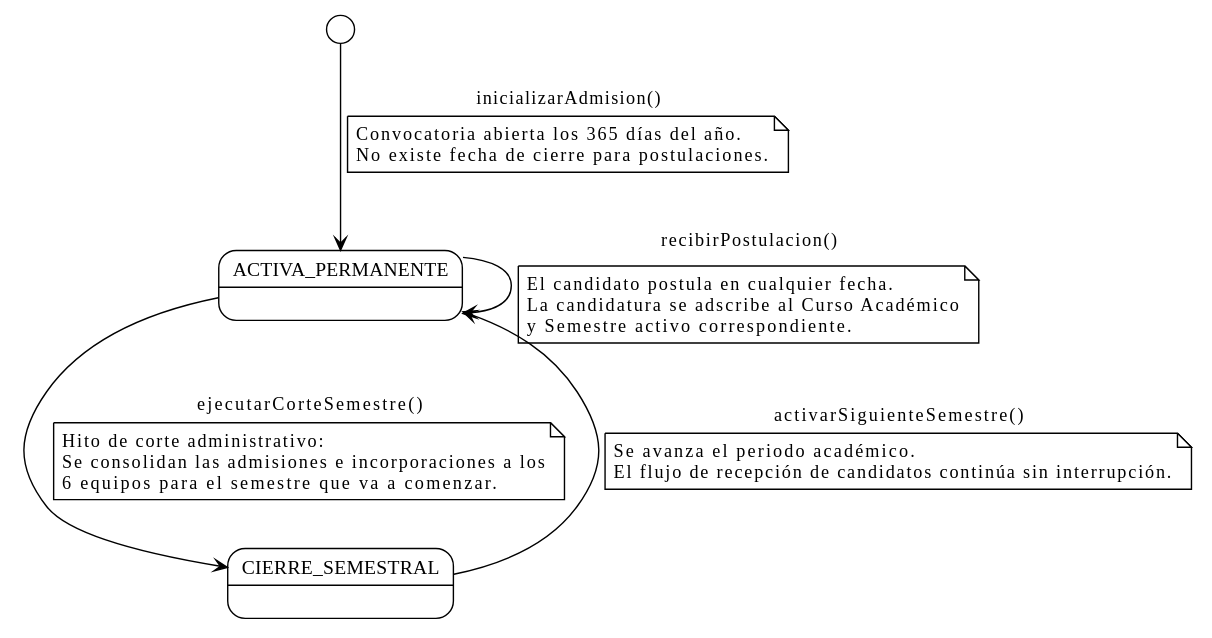
Earlier version of the PlantUML export images/RUP/00-modelo-del-dominio/estados-entidades/convocatoria-estados.svg (TheMoys/CTS-Academy).
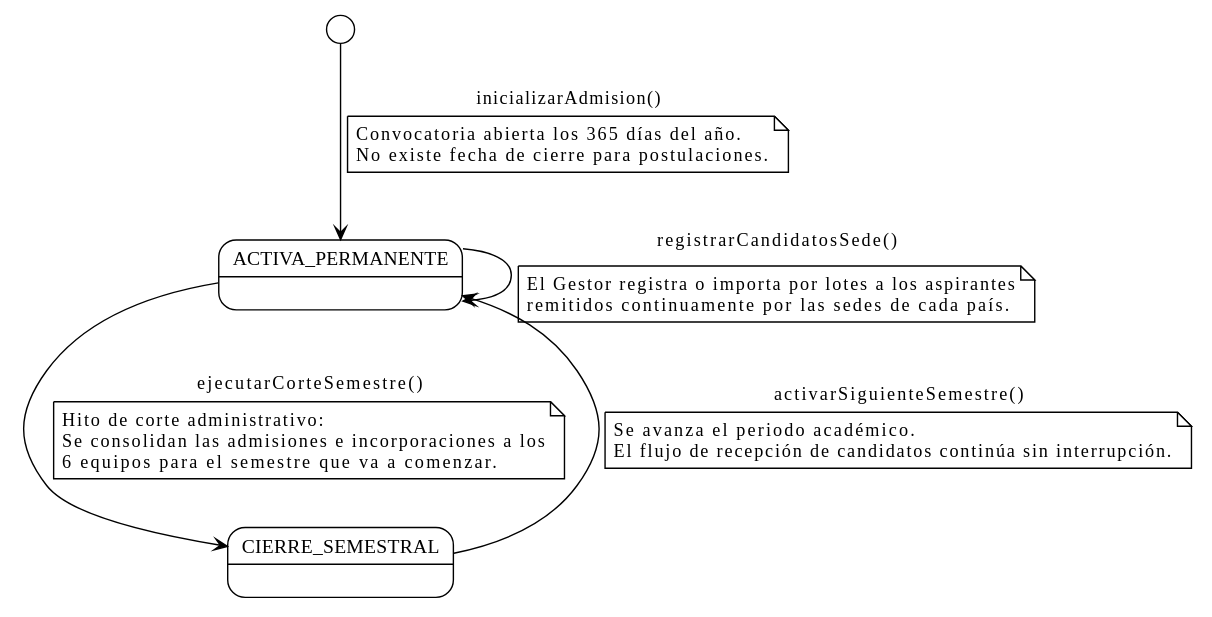
Later version of the same file.

Commit message:
docs(dominio): canalizar candidatos por sedes internacionales y registrar ADR-008

What changed in the source:
```diff
@@ -12,11 +12,10 @@
   No existe fecha de cierre para postulaciones.
 end note
 
-ACTIVA_PERMANENTE --> ACTIVA_PERMANENTE : recibirPostulacion()
+ACTIVA_PERMANENTE --> ACTIVA_PERMANENTE : registrarCandidatosSede()
 note on link
-  El candidato postula en cualquier fecha.
-  La candidatura se adscribe al Curso Académico
-  y Semestre activo correspondiente.
+  El Gestor registra o importa por lotes a los aspirantes
+  remitidos continuamente por las sedes de cada país.
 end note
 
 ACTIVA_PERMANENTE --> CIERRE_SEMESTRAL : ejecutarCorteSemestre()
```
